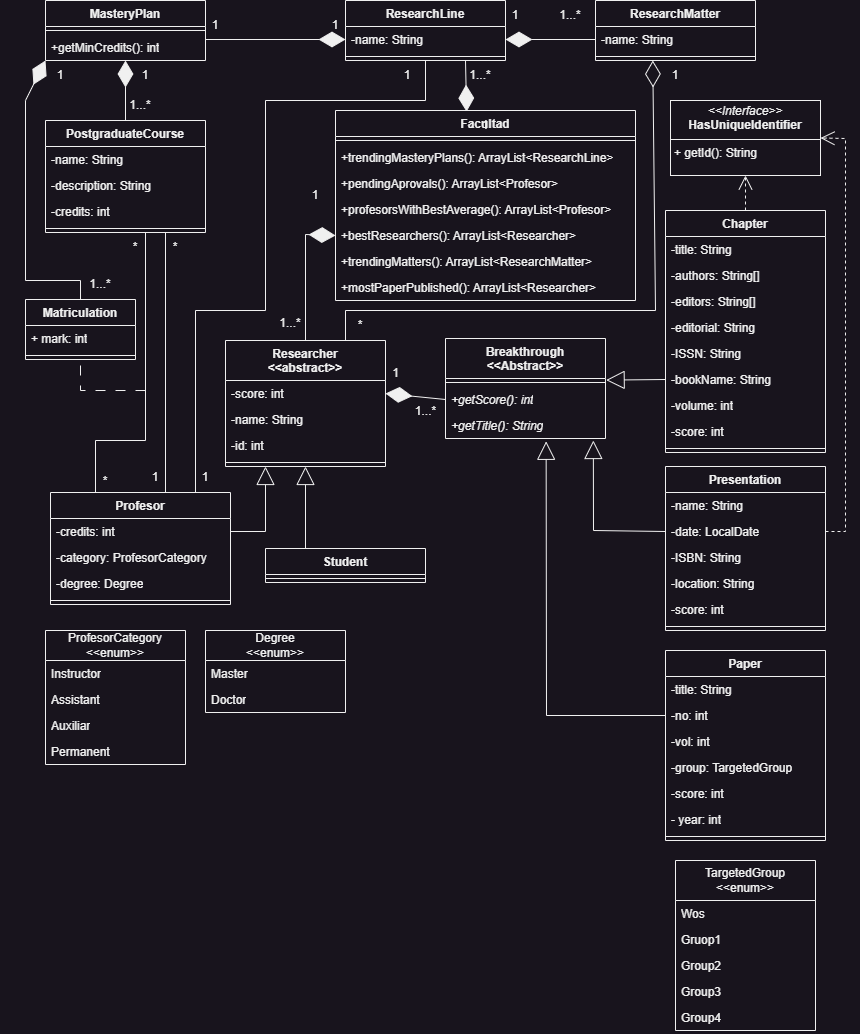
mbrianp05/dpoo-final-project keeps this draw.io diagram as dpoo_final_project_diagram.png. Above is the earlier version. Source tidied: cells renumbered, new cells last; positions are measured from the earlier drawing's top-left corner, leaving out a move shared by most shapes.
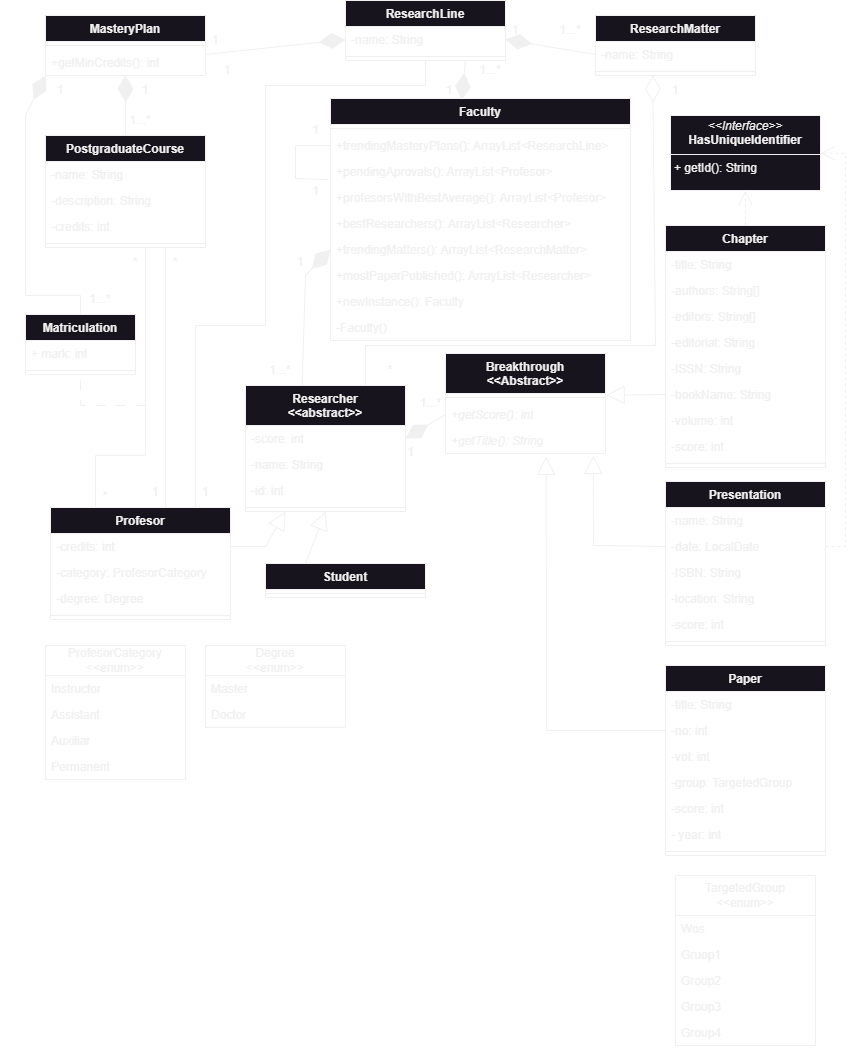
After the commit.

Change to the diagram source:
```diff
@@ -2,8 +2,8 @@
   <root>
     <mxCell id="0" />
     <mxCell id="1" parent="0" />
-    <mxCell id="2" value="Facultad" style="swimlane;fontStyle=1;align=center;verticalAlign=top;horizontal=1;startSize=26;whiteSpace=wrap;html=1;" parent="1" vertex="1">
-      <mxGeometry x="310" y="110" width="300" height="190" as="geometry" />
+    <mxCell id="2" value="Faculty" style="swimlane;fontStyle=1;align=center;verticalAlign=top;horizontal=1;startSize=26;whiteSpace=wrap;html=1;" parent="1" vertex="1">
+      <mxGeometry x="305" y="83" width="300" height="242" as="geometry" />
     </mxCell>
     <mxCell id="3" style="line;strokeWidth=1;fillColor=none;align=left;verticalAlign=middle;spacingTop=-1;spacingLeft=3;spacingRight=3;labelPosition=right;strokeColor=inherit;" parent="2" vertex="1">
       <mxGeometry y="26" width="300" height="8" as="geometry" />
@@ -26,8 +26,14 @@
     <mxCell id="9" value="+mostPaperPublished(): ArrayList&amp;lt;Researcher&amp;gt;" style="text;strokeColor=none;fillColor=none;align=left;verticalAlign=top;spacingLeft=4;spacingRight=4;overflow=hidden;whiteSpace=wrap;html=1;" parent="2" vertex="1">
       <mxGeometry y="164" width="300" height="26" as="geometry" />
     </mxCell>
+    <mxCell id="124" value="+newInstance(): Faculty" style="text;strokeColor=none;fillColor=none;align=left;verticalAlign=top;spacingLeft=4;spacingRight=4;overflow=hidden;whiteSpace=wrap;html=1;" parent="2" vertex="1">
+      <mxGeometry y="190" width="300" height="26" as="geometry" />
+    </mxCell>
+    <mxCell id="125" value="-Faculty()" style="text;strokeColor=none;fillColor=none;align=left;verticalAlign=top;spacingLeft=4;spacingRight=4;overflow=hidden;whiteSpace=wrap;html=1;" parent="2" vertex="1">
+      <mxGeometry y="216" width="300" height="26" as="geometry" />
+    </mxCell>
     <mxCell id="10" value="ResearchLine" style="swimlane;fontStyle=1;align=center;verticalAlign=top;horizontal=1;startSize=26;whiteSpace=wrap;html=1;" parent="1" vertex="1">
-      <mxGeometry x="320" width="160" height="60" as="geometry" />
+      <mxGeometry x="320" y="-15" width="160" height="60" as="geometry" />
     </mxCell>
     <mxCell id="11" value="-name: String" style="text;strokeColor=none;fillColor=none;align=left;verticalAlign=top;spacingLeft=4;spacingRight=4;overflow=hidden;points=[[0,0.5],[1,0.5]];portConstraint=eastwest;whiteSpace=wrap;html=1;" parent="10" vertex="1">
       <mxGeometry y="26" width="160" height="26" as="geometry" />
@@ -45,7 +51,7 @@
       <mxGeometry y="52" width="160" height="8" as="geometry" />
     </mxCell>
     <mxCell id="16" value="Researcher&lt;div&gt;&amp;lt;&amp;lt;abstract&amp;gt;&amp;gt;&lt;/div&gt;" style="swimlane;fontStyle=1;align=center;verticalAlign=top;horizontal=1;startSize=40;whiteSpace=wrap;html=1;" parent="1" vertex="1">
-      <mxGeometry x="200" y="340" width="160" height="126" as="geometry" />
+      <mxGeometry x="220" y="370" width="160" height="126" as="geometry" />
     </mxCell>
     <mxCell id="17" value="-score: int" style="text;strokeColor=none;fillColor=none;align=left;verticalAlign=top;spacingLeft=4;spacingRight=4;overflow=hidden;points=[[0,0.5],[1,0.5]];portConstraint=eastwest;whiteSpace=wrap;html=1;" parent="16" vertex="1">
       <mxGeometry y="40" width="160" height="26" as="geometry" />
@@ -221,10 +227,10 @@
     <mxCell id="74" value="Doctor" style="text;strokeColor=none;fillColor=none;align=left;verticalAlign=top;spacingLeft=4;spacingRight=4;overflow=hidden;whiteSpace=wrap;html=1;" parent="72" vertex="1">
       <mxGeometry y="56" width="140" height="26" as="geometry" />
     </mxCell>
-    <mxCell id="75" style="endArrow=diamondThin;endFill=1;endSize=24;html=1;rounded=0;exitX=0.5;exitY=0;exitDx=0;exitDy=0;entryX=0;entryY=0.5;entryDx=0;entryDy=0;" parent="1" edge="1" source="16" target="7">
+    <mxCell id="75" style="endArrow=diamondThin;endFill=1;endSize=24;html=1;rounded=0;exitX=0.354;exitY=-0.003;exitDx=0;exitDy=0;entryX=0;entryY=0.5;entryDx=0;entryDy=0;exitPerimeter=0;" parent="1" edge="1" source="16" target="8">
       <mxGeometry relative="1" as="geometry">
         <Array as="points">
-          <mxPoint x="280" y="234" />
+          <mxPoint x="280" y="260" />
         </Array>
       </mxGeometry>
     </mxCell>
@@ -255,16 +261,16 @@
           <mxPoint x="170" y="492" />
           <mxPoint x="170" y="310" />
           <mxPoint x="240" y="310" />
-          <mxPoint x="240" y="100" />
-          <mxPoint x="400" y="100" />
+          <mxPoint x="240" y="70" />
+          <mxPoint x="400" y="70" />
         </Array>
       </mxGeometry>
     </mxCell>
     <mxCell id="82" style="endArrow=diamondThin;endFill=0;endSize=24;html=1;rounded=0;exitX=0.75;exitY=0;exitDx=0;exitDy=0;entryX=0.358;entryY=1;entryDx=0;entryDy=0;entryPerimeter=0;" parent="1" edge="1" source="16" target="15">
       <mxGeometry relative="1" as="geometry">
         <Array as="points">
-          <mxPoint x="320" y="310" />
-          <mxPoint x="630" y="310" />
+          <mxPoint x="340" y="330" />
+          <mxPoint x="630" y="330" />
         </Array>
       </mxGeometry>
     </mxCell>
@@ -288,7 +294,7 @@
       <mxGeometry x="175" y="10" width="30" height="30" as="geometry" />
     </mxCell>
     <mxCell id="88" value="1" style="text;html=1;align=center;verticalAlign=middle;whiteSpace=wrap;rounded=0;" parent="1" vertex="1">
-      <mxGeometry x="364" y="60" width="36" height="30" as="geometry" />
+      <mxGeometry x="184" y="40" width="36" height="30" as="geometry" />
     </mxCell>
     <mxCell id="89" value="1" style="text;html=1;align=center;verticalAlign=middle;whiteSpace=wrap;rounded=0;" parent="1" vertex="1">
       <mxGeometry x="110" y="60" width="20" height="30" as="geometry" />
@@ -306,22 +312,22 @@
       <mxGeometry x="640" y="60" width="20" height="30" as="geometry" />
     </mxCell>
     <mxCell id="94" value="*" style="text;html=1;align=center;verticalAlign=middle;whiteSpace=wrap;rounded=0;" parent="1" vertex="1">
-      <mxGeometry x="320" y="310" width="30" height="30" as="geometry" />
+      <mxGeometry x="350" y="340" width="30" height="30" as="geometry" />
     </mxCell>
     <mxCell id="95" value="1...*" style="text;html=1;align=center;verticalAlign=middle;whiteSpace=wrap;rounded=0;" parent="1" vertex="1">
-      <mxGeometry x="250" y="308" width="30" height="30" as="geometry" />
+      <mxGeometry x="240" y="340" width="30" height="30" as="geometry" />
     </mxCell>
     <mxCell id="96" value="1" style="text;html=1;align=center;verticalAlign=middle;whiteSpace=wrap;rounded=0;" parent="1" vertex="1">
-      <mxGeometry x="280" y="180" width="20" height="30" as="geometry" />
+      <mxGeometry x="265" y="232" width="20" height="30" as="geometry" />
     </mxCell>
     <mxCell id="97" style="endArrow=diamondThin;endFill=1;endSize=24;html=1;rounded=0;exitX=0.75;exitY=1;exitDx=0;exitDy=0;entryX=0.437;entryY=0.006;entryDx=0;entryDy=0;entryPerimeter=0;" parent="1" edge="1" source="10" target="2">
       <mxGeometry relative="1" as="geometry" />
     </mxCell>
     <mxCell id="98" value="1" style="text;html=1;align=center;verticalAlign=middle;whiteSpace=wrap;rounded=0;" parent="1" vertex="1">
-      <mxGeometry x="450" y="110" width="20" height="30" as="geometry" />
+      <mxGeometry x="414" y="60" width="20" height="30" as="geometry" />
     </mxCell>
     <mxCell id="99" value="1...*" style="text;html=1;align=center;verticalAlign=middle;whiteSpace=wrap;rounded=0;" parent="1" vertex="1">
-      <mxGeometry x="440" y="60" width="30" height="30" as="geometry" />
+      <mxGeometry x="450" y="40" width="30" height="30" as="geometry" />
     </mxCell>
     <mxCell id="100" value="&lt;p style=&quot;margin:0px;margin-top:4px;text-align:center;&quot;&gt;&lt;i&gt;&amp;lt;&amp;lt;Interface&amp;gt;&amp;gt;&lt;/i&gt;&lt;br&gt;&lt;b&gt;HasUniqueIdentifier&lt;/b&gt;&lt;/p&gt;&lt;hr size=&quot;1&quot; style=&quot;border-style:solid;&quot;&gt;&lt;p style=&quot;margin:0px;margin-left:4px;&quot;&gt;+ getId(): String&lt;/p&gt;" style="verticalAlign=top;align=left;overflow=fill;html=1;whiteSpace=wrap;" parent="1" vertex="1">
       <mxGeometry x="645" y="100" width="150" height="75" as="geometry" />
@@ -410,10 +416,10 @@
       <mxGeometry relative="1" as="geometry" />
     </mxCell>
     <mxCell id="120" value="1" style="text;html=1;align=center;verticalAlign=middle;strokeColor=none;fillColor=none;" parent="1" vertex="1">
-      <mxGeometry x="355" y="358" width="30" height="30" as="geometry" />
+      <mxGeometry x="370" y="422" width="30" height="30" as="geometry" />
     </mxCell>
     <mxCell id="121" value="1...*" style="text;html=1;align=center;verticalAlign=middle;strokeColor=none;fillColor=none;" parent="1" vertex="1">
-      <mxGeometry x="380" y="396" width="40" height="30" as="geometry" />
+      <mxGeometry x="385" y="373" width="40" height="30" as="geometry" />
     </mxCell>
     <mxCell id="122" style="endArrow=open;endSize=12;dashed=1;html=1;rounded=0;entryX=0.5;entryY=1;entryDx=0;entryDy=0;exitX=0.5;exitY=0;exitDx=0;exitDy=0;" parent="1" edge="1" source="28" target="100">
       <mxGeometry relative="1" as="geometry" />
@@ -427,5 +433,19 @@
         </Array>
       </mxGeometry>
     </mxCell>
+    <mxCell id="126" value="1" style="text;html=1;align=center;verticalAlign=middle;strokeColor=none;fillColor=none;" parent="1" vertex="1">
+      <mxGeometry x="275" y="100" width="30" height="30" as="geometry" />
+    </mxCell>
+    <mxCell id="127" value="1" style="text;html=1;align=center;verticalAlign=middle;points=[];strokeColor=none;fillColor=none;" parent="1" vertex="1">
+      <mxGeometry x="275" y="161" width="30" height="30" as="geometry" />
+    </mxCell>
+    <mxCell id="128" style="endArrow=none;html=1;rounded=0;entryX=0;entryY=0.5;entryDx=0;entryDy=0;exitX=0.933;exitY=0.1;exitDx=0;exitDy=0;exitPerimeter=0;" parent="1" edge="1" source="127" target="4">
+      <mxGeometry relative="1" as="geometry">
+        <Array as="points">
+          <mxPoint x="270" y="163" />
+          <mxPoint x="270" y="130" />
+        </Array>
+      </mxGeometry>
+    </mxCell>
   </root>
 </mxGraphModel>
```
